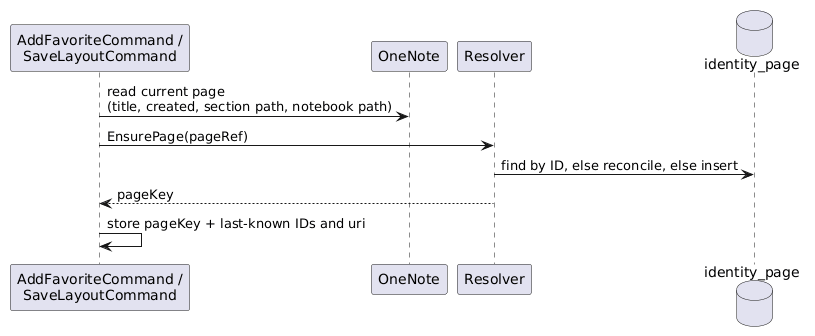
This is docs/developers/Design - Page Identity_files/image007.png from stevencohn/OneMore, a PlantUML export, as it was before one commit. The source it was exported from:
```plantuml
@startuml
participant "AddFavoriteCommand /\nSaveLayoutCommand" as C
participant "OneNote" as O
participant "Resolver" as R
database "identity_page" as DB
C -> O : read current page\n(title, created, section path, notebook path)
C -> R : EnsurePage(pageRef)
R -> DB : find by ID, else reconcile, else insert
R --> C : pageKey
C -> C : store pageKey + last-known IDs and uri
@enduml
```
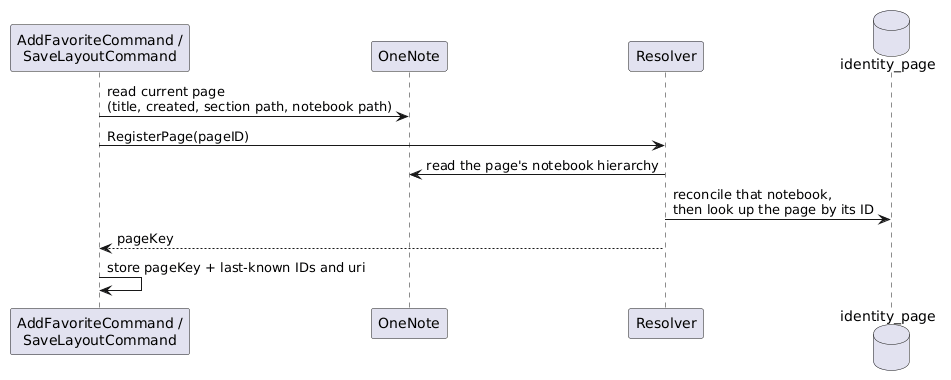
The same file after the commit.

The edit, as a diff of the source:
```diff
@@ -4,8 +4,9 @@
 participant "Resolver" as R
 database "identity_page" as DB
 C -> O : read current page\n(title, created, section path, notebook path)
-C -> R : EnsurePage(pageRef)
-R -> DB : find by ID, else reconcile, else insert
+C -> R : RegisterPage(pageID)
+R -> O : read the page's notebook hierarchy
+R -> DB : reconcile that notebook,\nthen look up the page by its ID
 R --> C : pageKey
 C -> C : store pageKey + last-known IDs and uri
 @enduml
```
